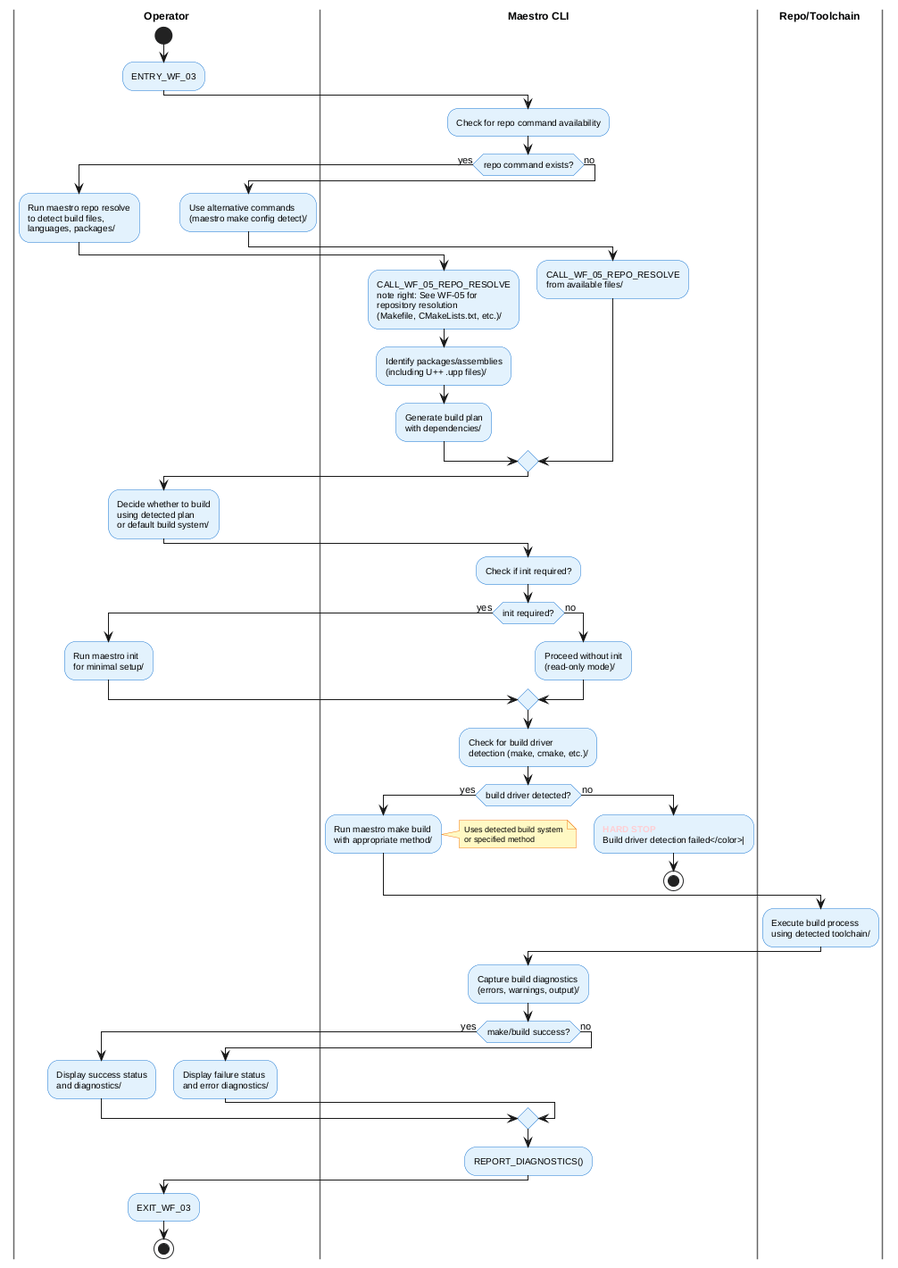
Earlier version of the PlantUML export docs/workflows/scenario_03_readonly_repo_inspect_build.png (SeppoPakonen/Maestro).
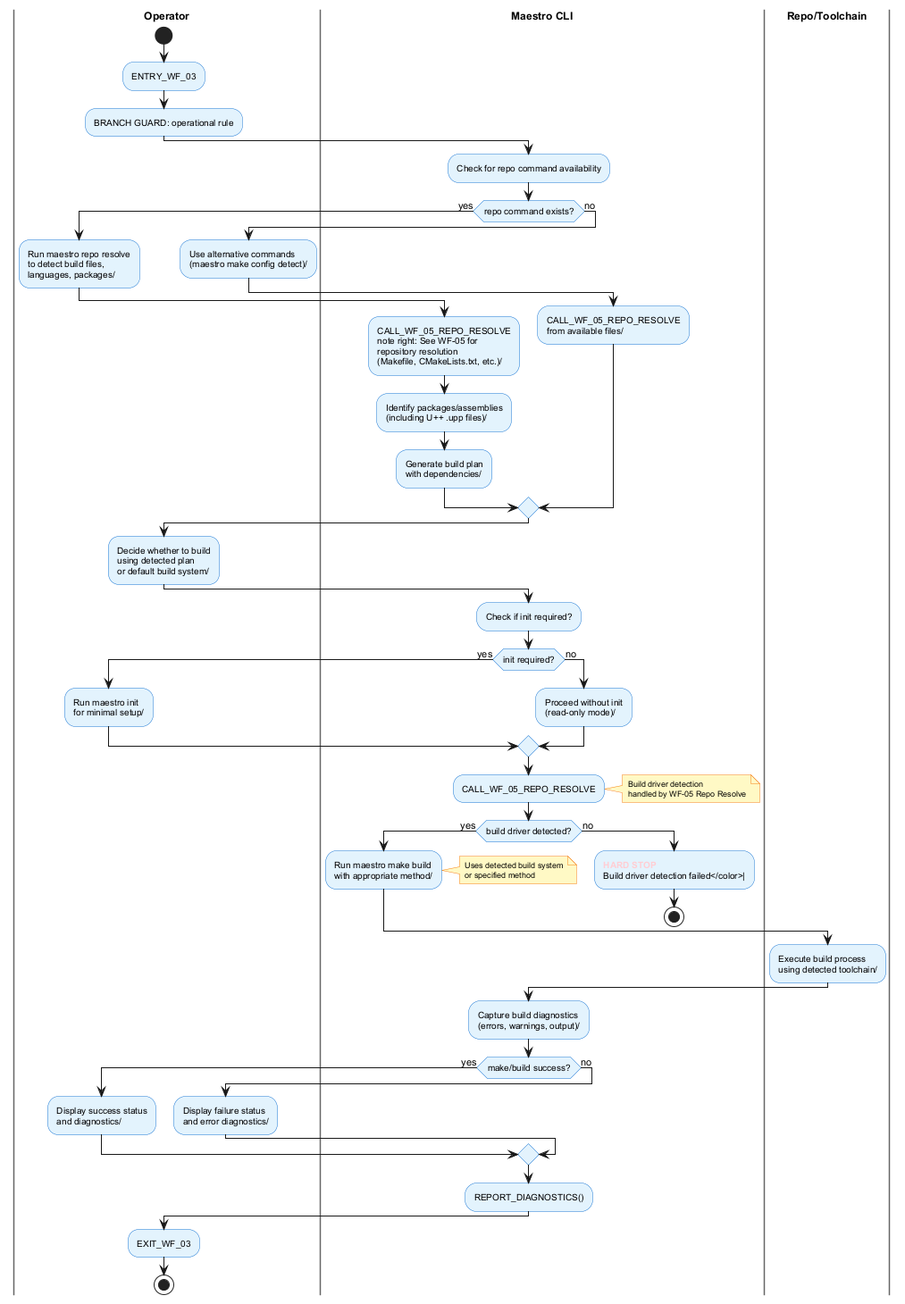
After the change.

The edit, as a diff of the source:
```diff
@@ -4,6 +4,7 @@
 |Operator|
 start
 :ENTRY_WF_03;
+BRANCH_GUARD("operational rule")
 
 |Maestro CLI|
 :Check for repo command availability;
@@ -56,8 +57,8 @@
 endif
 
 |Maestro CLI|
-:Check for build driver
-detection (make, cmake, etc.)/;
+:CALL_WF_05_REPO_RESOLVE;
+note right: Build driver detection\nhandled by WF-05 Repo Resolve
 
 if (build driver detected?) then (yes)
   |Maestro CLI|
```
